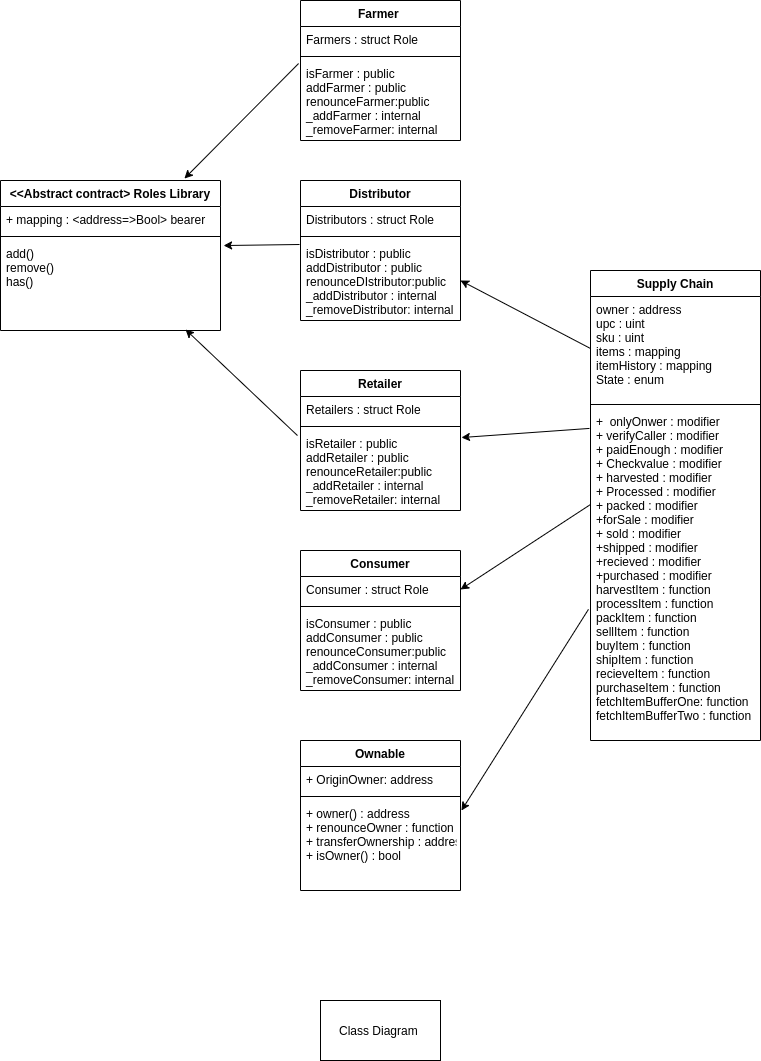
Before: Class Diagram _ Aditya Dhir.png, a diagram exported from draw.io (adi44/Project-6). Source tidied: cells renumbered, new cells last; positions are measured from the earlier drawing's top-left corner, leaving out a move shared by most shapes.
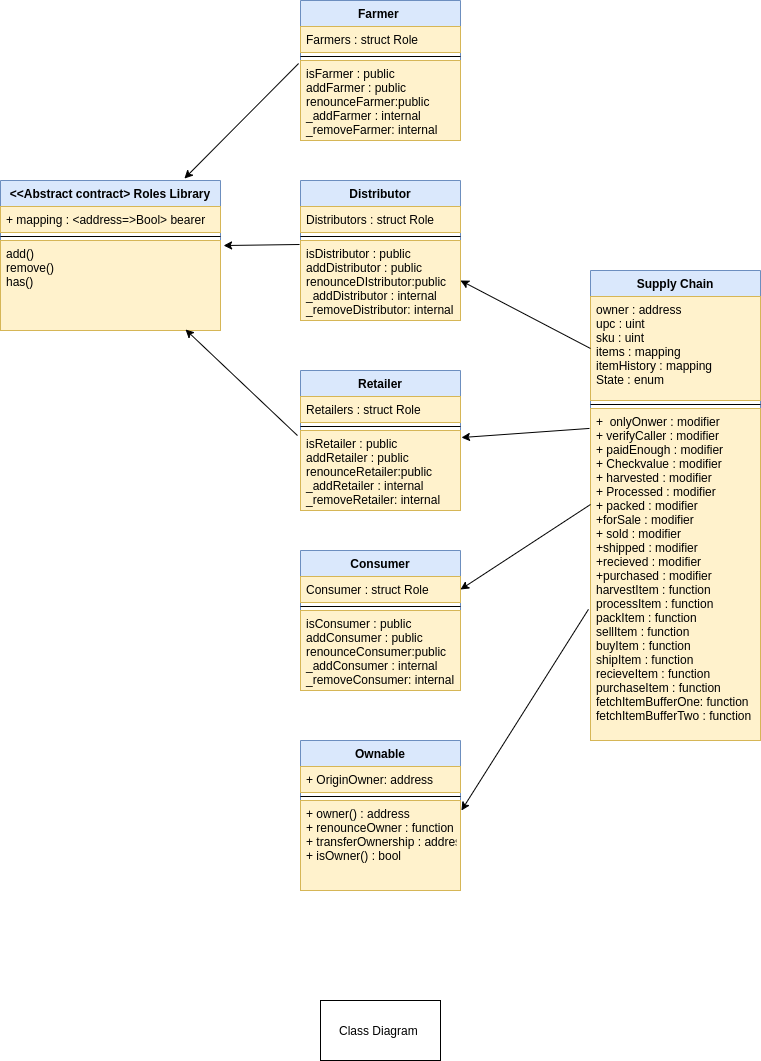
The same diagram one commit later.

Change to the diagram source:
```diff
@@ -2,64 +2,64 @@
   <root>
     <mxCell id="0" />
     <mxCell id="1" parent="0" />
-    <mxCell id="2" value="&lt;&lt;Abstract contract&gt; Roles Library" style="swimlane;fontStyle=1;align=center;verticalAlign=top;horizontal=1;startSize=26;" parent="1" vertex="1">
+    <mxCell id="2" value="&lt;&lt;Abstract contract&gt; Roles Library" style="swimlane;fontStyle=1;align=center;verticalAlign=top;horizontal=1;startSize=26;fillColor=#dae8fc;strokeColor=#6c8ebf;" parent="1" vertex="1">
       <mxGeometry y="180" width="220" height="150" as="geometry" />
     </mxCell>
-    <mxCell id="3" value="+ mapping : &lt;address=&gt;Bool&gt; bearer" style="text;strokeColor=none;fillColor=none;align=left;verticalAlign=top;spacingLeft=4;spacingRight=4;overflow=hidden;" parent="2" vertex="1">
+    <mxCell id="3" value="+ mapping : &lt;address=&gt;Bool&gt; bearer" style="text;strokeColor=#d6b656;fillColor=#fff2cc;align=left;verticalAlign=top;spacingLeft=4;spacingRight=4;overflow=hidden;" parent="2" vertex="1">
       <mxGeometry y="26" width="220" height="26" as="geometry" />
     </mxCell>
     <mxCell id="4" style="line;strokeWidth=1;fillColor=none;align=left;verticalAlign=middle;spacingTop=-1;spacingLeft=3;spacingRight=3;labelPosition=right;" parent="2" vertex="1">
       <mxGeometry y="52" width="220" height="8" as="geometry" />
     </mxCell>
-    <mxCell id="5" value="add()&#10;remove()&#10;has()" style="text;strokeColor=none;fillColor=none;align=left;verticalAlign=top;spacingLeft=4;spacingRight=4;overflow=hidden;points=[[0,0.5],[1,0.5]];portConstraint=eastwest;" parent="2" vertex="1">
+    <mxCell id="5" value="add()&#10;remove()&#10;has()" style="text;strokeColor=#d6b656;fillColor=#fff2cc;align=left;verticalAlign=top;spacingLeft=4;spacingRight=4;overflow=hidden;points=[[0,0.5],[1,0.5]];portConstraint=eastwest;" parent="2" vertex="1">
       <mxGeometry y="60" width="220" height="90" as="geometry" />
     </mxCell>
-    <mxCell id="6" value="Farmer " style="swimlane;fontStyle=1;align=center;verticalAlign=top;horizontal=1;startSize=26;" parent="1" vertex="1">
+    <mxCell id="6" value="Farmer " style="swimlane;fontStyle=1;align=center;verticalAlign=top;horizontal=1;startSize=26;fillColor=#dae8fc;strokeColor=#6c8ebf;" parent="1" vertex="1">
       <mxGeometry x="300" width="160" height="140" as="geometry" />
     </mxCell>
-    <mxCell id="7" value="Farmers : struct Role" style="text;strokeColor=none;fillColor=none;align=left;verticalAlign=top;spacingLeft=4;spacingRight=4;overflow=hidden;" parent="6" vertex="1">
+    <mxCell id="7" value="Farmers : struct Role" style="text;strokeColor=#d6b656;fillColor=#fff2cc;align=left;verticalAlign=top;spacingLeft=4;spacingRight=4;overflow=hidden;" parent="6" vertex="1">
       <mxGeometry y="26" width="160" height="26" as="geometry" />
     </mxCell>
     <mxCell id="8" style="line;strokeWidth=1;fillColor=none;align=left;verticalAlign=middle;spacingTop=-1;spacingLeft=3;spacingRight=3;labelPosition=right;" parent="6" vertex="1">
       <mxGeometry y="52" width="160" height="8" as="geometry" />
     </mxCell>
-    <mxCell id="9" value="isFarmer : public&#10;addFarmer : public&#10;renounceFarmer:public&#10;_addFarmer : internal&#10;_removeFarmer: internal" style="text;strokeColor=none;fillColor=none;align=left;verticalAlign=top;spacingLeft=4;spacingRight=4;overflow=hidden;points=[[0,0.5],[1,0.5]];portConstraint=eastwest;" parent="6" vertex="1">
+    <mxCell id="9" value="isFarmer : public&#10;addFarmer : public&#10;renounceFarmer:public&#10;_addFarmer : internal&#10;_removeFarmer: internal" style="text;strokeColor=#d6b656;fillColor=#fff2cc;align=left;verticalAlign=top;spacingLeft=4;spacingRight=4;overflow=hidden;points=[[0,0.5],[1,0.5]];portConstraint=eastwest;" parent="6" vertex="1">
       <mxGeometry y="60" width="160" height="80" as="geometry" />
     </mxCell>
-    <mxCell id="10" value="Distributor" style="swimlane;fontStyle=1;align=center;verticalAlign=top;horizontal=1;startSize=26;" parent="1" vertex="1">
+    <mxCell id="10" value="Distributor" style="swimlane;fontStyle=1;align=center;verticalAlign=top;horizontal=1;startSize=26;fillColor=#dae8fc;strokeColor=#6c8ebf;" parent="1" vertex="1">
       <mxGeometry x="300" y="180" width="160" height="140" as="geometry" />
     </mxCell>
-    <mxCell id="11" value="Distributors : struct Role" style="text;strokeColor=none;fillColor=none;align=left;verticalAlign=top;spacingLeft=4;spacingRight=4;overflow=hidden;" parent="10" vertex="1">
+    <mxCell id="11" value="Distributors : struct Role" style="text;strokeColor=#d6b656;fillColor=#fff2cc;align=left;verticalAlign=top;spacingLeft=4;spacingRight=4;overflow=hidden;" parent="10" vertex="1">
       <mxGeometry y="26" width="160" height="26" as="geometry" />
     </mxCell>
     <mxCell id="12" style="line;strokeWidth=1;fillColor=none;align=left;verticalAlign=middle;spacingTop=-1;spacingLeft=3;spacingRight=3;labelPosition=right;" parent="10" vertex="1">
       <mxGeometry y="52" width="160" height="8" as="geometry" />
     </mxCell>
-    <mxCell id="13" value="isDistributor : public&#10;addDistributor : public&#10;renounceDIstributor:public&#10;_addDistributor : internal&#10;_removeDistributor: internal" style="text;strokeColor=none;fillColor=none;align=left;verticalAlign=top;spacingLeft=4;spacingRight=4;overflow=hidden;points=[[0,0.5],[1,0.5]];portConstraint=eastwest;" parent="10" vertex="1">
+    <mxCell id="13" value="isDistributor : public&#10;addDistributor : public&#10;renounceDIstributor:public&#10;_addDistributor : internal&#10;_removeDistributor: internal" style="text;strokeColor=#d6b656;fillColor=#fff2cc;align=left;verticalAlign=top;spacingLeft=4;spacingRight=4;overflow=hidden;points=[[0,0.5],[1,0.5]];portConstraint=eastwest;" parent="10" vertex="1">
       <mxGeometry y="60" width="160" height="80" as="geometry" />
     </mxCell>
-    <mxCell id="14" value="Retailer" style="swimlane;fontStyle=1;align=center;verticalAlign=top;horizontal=1;startSize=26;" parent="1" vertex="1">
+    <mxCell id="14" value="Retailer" style="swimlane;fontStyle=1;align=center;verticalAlign=top;horizontal=1;startSize=26;fillColor=#dae8fc;strokeColor=#6c8ebf;" parent="1" vertex="1">
       <mxGeometry x="300" y="370" width="160" height="140" as="geometry" />
     </mxCell>
-    <mxCell id="15" value="Retailers : struct Role" style="text;strokeColor=none;fillColor=none;align=left;verticalAlign=top;spacingLeft=4;spacingRight=4;overflow=hidden;" parent="14" vertex="1">
+    <mxCell id="15" value="Retailers : struct Role" style="text;strokeColor=#d6b656;fillColor=#fff2cc;align=left;verticalAlign=top;spacingLeft=4;spacingRight=4;overflow=hidden;" parent="14" vertex="1">
       <mxGeometry y="26" width="160" height="26" as="geometry" />
     </mxCell>
     <mxCell id="16" style="line;strokeWidth=1;fillColor=none;align=left;verticalAlign=middle;spacingTop=-1;spacingLeft=3;spacingRight=3;labelPosition=right;" parent="14" vertex="1">
       <mxGeometry y="52" width="160" height="8" as="geometry" />
     </mxCell>
-    <mxCell id="17" value="isRetailer : public&#10;addRetailer : public&#10;renounceRetailer:public&#10;_addRetailer : internal&#10;_removeRetailer: internal" style="text;strokeColor=none;fillColor=none;align=left;verticalAlign=top;spacingLeft=4;spacingRight=4;overflow=hidden;points=[[0,0.5],[1,0.5]];portConstraint=eastwest;" parent="14" vertex="1">
+    <mxCell id="17" value="isRetailer : public&#10;addRetailer : public&#10;renounceRetailer:public&#10;_addRetailer : internal&#10;_removeRetailer: internal" style="text;strokeColor=#d6b656;fillColor=#fff2cc;align=left;verticalAlign=top;spacingLeft=4;spacingRight=4;overflow=hidden;points=[[0,0.5],[1,0.5]];portConstraint=eastwest;" parent="14" vertex="1">
       <mxGeometry y="60" width="160" height="80" as="geometry" />
     </mxCell>
-    <mxCell id="18" value="Consumer" style="swimlane;fontStyle=1;align=center;verticalAlign=top;horizontal=1;startSize=26;" parent="1" vertex="1">
+    <mxCell id="18" value="Consumer" style="swimlane;fontStyle=1;align=center;verticalAlign=top;horizontal=1;startSize=26;fillColor=#dae8fc;strokeColor=#6c8ebf;" parent="1" vertex="1">
       <mxGeometry x="300" y="550" width="160" height="140" as="geometry" />
     </mxCell>
-    <mxCell id="19" value="Consumer : struct Role" style="text;strokeColor=none;fillColor=none;align=left;verticalAlign=top;spacingLeft=4;spacingRight=4;overflow=hidden;points=[[0,0.5],[1,0.5]];portConstraint=eastwest;" parent="18" vertex="1">
+    <mxCell id="19" value="Consumer : struct Role" style="text;strokeColor=#d6b656;fillColor=#fff2cc;align=left;verticalAlign=top;spacingLeft=4;spacingRight=4;overflow=hidden;points=[[0,0.5],[1,0.5]];portConstraint=eastwest;" parent="18" vertex="1">
       <mxGeometry y="26" width="160" height="26" as="geometry" />
     </mxCell>
     <mxCell id="20" style="line;strokeWidth=1;fillColor=none;align=left;verticalAlign=middle;spacingTop=-1;spacingLeft=3;spacingRight=3;labelPosition=right;" parent="18" vertex="1">
       <mxGeometry y="52" width="160" height="8" as="geometry" />
     </mxCell>
-    <mxCell id="21" value="isConsumer : public&#10;addConsumer : public&#10;renounceConsumer:public&#10;_addConsumer : internal&#10;_removeConsumer: internal" style="text;strokeColor=none;fillColor=none;align=left;verticalAlign=top;spacingLeft=4;spacingRight=4;overflow=hidden;" parent="18" vertex="1">
+    <mxCell id="21" value="isConsumer : public&#10;addConsumer : public&#10;renounceConsumer:public&#10;_addConsumer : internal&#10;_removeConsumer: internal" style="text;strokeColor=#d6b656;fillColor=#fff2cc;align=left;verticalAlign=top;spacingLeft=4;spacingRight=4;overflow=hidden;" parent="18" vertex="1">
       <mxGeometry y="60" width="160" height="80" as="geometry" />
     </mxCell>
     <mxCell id="22" style="endArrow=classic;html=1;entryX=0.836;entryY=-0.013;entryDx=0;entryDy=0;entryPerimeter=0;exitX=-0.012;exitY=0.038;exitDx=0;exitDy=0;exitPerimeter=0;" parent="1" edge="1" source="9" target="2">
@@ -71,16 +71,16 @@
     <mxCell id="24" style="endArrow=classic;html=1;entryX=0.841;entryY=0.989;entryDx=0;entryDy=0;entryPerimeter=0;exitX=-0.019;exitY=0.063;exitDx=0;exitDy=0;exitPerimeter=0;" parent="1" edge="1" source="17" target="5">
       <mxGeometry relative="1" as="geometry" />
     </mxCell>
-    <mxCell id="25" value="Supply Chain" style="swimlane;fontStyle=1;align=center;verticalAlign=top;horizontal=1;startSize=26;" parent="1" vertex="1">
+    <mxCell id="25" value="Supply Chain" style="swimlane;fontStyle=1;align=center;verticalAlign=top;horizontal=1;startSize=26;fillColor=#dae8fc;strokeColor=#6c8ebf;" parent="1" vertex="1">
       <mxGeometry x="590" y="270" width="170" height="470" as="geometry" />
     </mxCell>
-    <mxCell id="26" value="owner : address&#10;upc : uint&#10;sku : uint&#10;items : mapping&#10;itemHistory : mapping&#10;State : enum" style="text;strokeColor=none;fillColor=none;align=left;verticalAlign=top;spacingLeft=4;spacingRight=4;overflow=hidden;points=[[0,0.5],[1,0.5]];portConstraint=eastwest;" parent="25" vertex="1">
+    <mxCell id="26" value="owner : address&#10;upc : uint&#10;sku : uint&#10;items : mapping&#10;itemHistory : mapping&#10;State : enum" style="text;strokeColor=#d6b656;fillColor=#fff2cc;align=left;verticalAlign=top;spacingLeft=4;spacingRight=4;overflow=hidden;points=[[0,0.5],[1,0.5]];portConstraint=eastwest;" parent="25" vertex="1">
       <mxGeometry y="26" width="170" height="104" as="geometry" />
     </mxCell>
     <mxCell id="27" style="line;strokeWidth=1;fillColor=none;align=left;verticalAlign=middle;spacingTop=-1;spacingLeft=3;spacingRight=3;labelPosition=right;" parent="25" vertex="1">
       <mxGeometry y="130" width="170" height="8" as="geometry" />
     </mxCell>
-    <mxCell id="28" value="+  onlyOnwer : modifier&#10;+ verifyCaller : modifier&#10;+ paidEnough : modifier&#10;+ Checkvalue : modifier&#10;+ harvested : modifier&#10;+ Processed : modifier&#10;+ packed : modifier&#10;+forSale : modifier&#10;+ sold : modifier&#10;+shipped : modifier&#10;+recieved : modifier&#10;+purchased : modifier&#10;harvestItem : function&#10;processItem : function&#10;packItem : function&#10;sellItem : function&#10;buyItem : function&#10;shipItem : function&#10;recieveItem : function&#10;purchaseItem : function&#10;fetchItemBufferOne: function&#10;fetchItemBufferTwo : function" style="text;strokeColor=none;fillColor=none;align=left;verticalAlign=top;spacingLeft=4;spacingRight=4;overflow=hidden;points=[[0,0.5],[1,0.5]];portConstraint=eastwest;" parent="25" vertex="1">
+    <mxCell id="28" value="+  onlyOnwer : modifier&#10;+ verifyCaller : modifier&#10;+ paidEnough : modifier&#10;+ Checkvalue : modifier&#10;+ harvested : modifier&#10;+ Processed : modifier&#10;+ packed : modifier&#10;+forSale : modifier&#10;+ sold : modifier&#10;+shipped : modifier&#10;+recieved : modifier&#10;+purchased : modifier&#10;harvestItem : function&#10;processItem : function&#10;packItem : function&#10;sellItem : function&#10;buyItem : function&#10;shipItem : function&#10;recieveItem : function&#10;purchaseItem : function&#10;fetchItemBufferOne: function&#10;fetchItemBufferTwo : function" style="text;strokeColor=#d6b656;fillColor=#fff2cc;align=left;verticalAlign=top;spacingLeft=4;spacingRight=4;overflow=hidden;points=[[0,0.5],[1,0.5]];portConstraint=eastwest;" parent="25" vertex="1">
       <mxGeometry y="138" width="170" height="332" as="geometry" />
     </mxCell>
     <mxCell id="29" style="endArrow=classic;html=1;entryX=1;entryY=0.5;entryDx=0;entryDy=0;exitX=0;exitY=0.5;exitDx=0;exitDy=0;" parent="1" edge="1" source="26" target="13">
@@ -94,16 +94,16 @@
         <mxPoint x="590" y="504" as="sourcePoint" />
       </mxGeometry>
     </mxCell>
-    <mxCell id="32" value="Ownable" style="swimlane;fontStyle=1;align=center;verticalAlign=top;horizontal=1;startSize=26;" parent="1" vertex="1">
+    <mxCell id="32" value="Ownable" style="swimlane;fontStyle=1;align=center;verticalAlign=top;horizontal=1;startSize=26;fillColor=#dae8fc;strokeColor=#6c8ebf;" parent="1" vertex="1">
       <mxGeometry x="300" y="740" width="160" height="150" as="geometry" />
     </mxCell>
-    <mxCell id="33" value="+ OriginOwner: address" style="text;strokeColor=none;fillColor=none;align=left;verticalAlign=top;spacingLeft=4;spacingRight=4;overflow=hidden;" parent="32" vertex="1">
+    <mxCell id="33" value="+ OriginOwner: address" style="text;strokeColor=#d6b656;fillColor=#fff2cc;align=left;verticalAlign=top;spacingLeft=4;spacingRight=4;overflow=hidden;" parent="32" vertex="1">
       <mxGeometry y="26" width="160" height="26" as="geometry" />
     </mxCell>
     <mxCell id="34" style="line;strokeWidth=1;fillColor=none;align=left;verticalAlign=middle;spacingTop=-1;spacingLeft=3;spacingRight=3;labelPosition=right;" parent="32" vertex="1">
       <mxGeometry y="52" width="160" height="8" as="geometry" />
     </mxCell>
-    <mxCell id="35" value="+ owner() : address&#10;+ renounceOwner : function&#10;+ transferOwnership : address&#10;+ isOwner() : bool" style="text;strokeColor=none;fillColor=none;align=left;verticalAlign=top;spacingLeft=4;spacingRight=4;overflow=hidden;points=[[0,0.5],[1,0.5]];portConstraint=eastwest;" parent="32" vertex="1">
+    <mxCell id="35" value="+ owner() : address&#10;+ renounceOwner : function&#10;+ transferOwnership : address&#10;+ isOwner() : bool" style="text;strokeColor=#d6b656;fillColor=#fff2cc;align=left;verticalAlign=top;spacingLeft=4;spacingRight=4;overflow=hidden;points=[[0,0.5],[1,0.5]];portConstraint=eastwest;" parent="32" vertex="1">
       <mxGeometry y="60" width="160" height="90" as="geometry" />
     </mxCell>
     <mxCell id="36" style="endArrow=classic;html=1;entryX=1.006;entryY=0.111;entryDx=0;entryDy=0;entryPerimeter=0;exitX=-0.012;exitY=0.605;exitDx=0;exitDy=0;exitPerimeter=0;" parent="1" edge="1" source="28" target="35">
```
